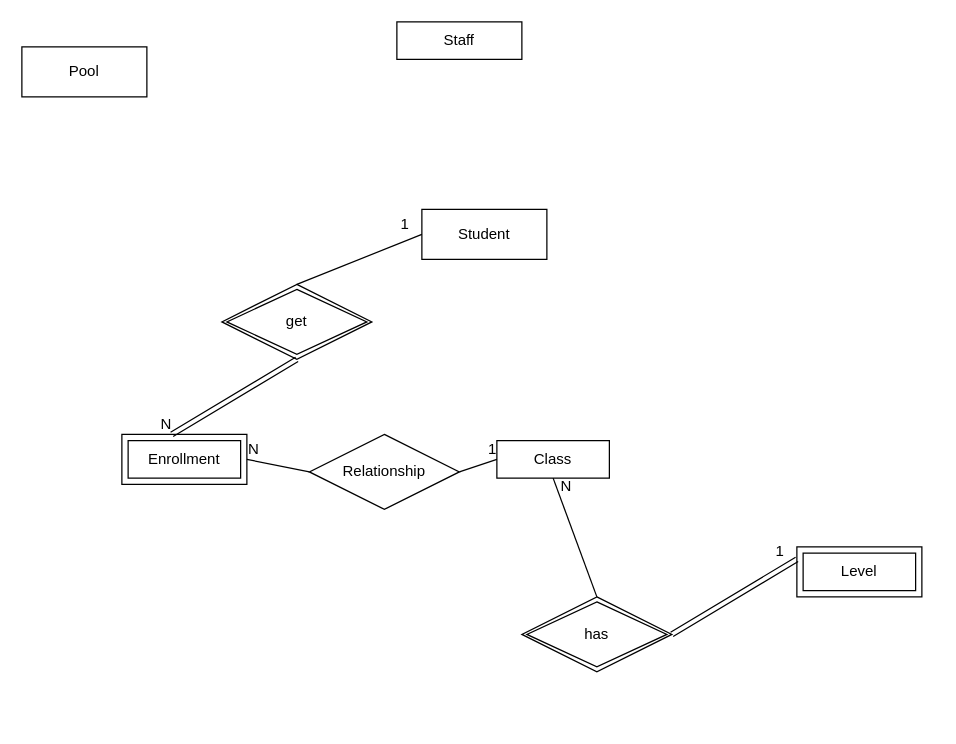
Earlier version of the draw.io diagram 3.5 Q2 ER Diagram.drawio (ImaDeSara/ImaDeSara). Source tidied: cells renumbered, new cells numbered last; positions are measured from the earlier drawing's top-left corner, leaving out a move shared by most shapes. Both pictures are drawn from the tidied source at 125%, with x=0, y=0 at pixel (21, 21).
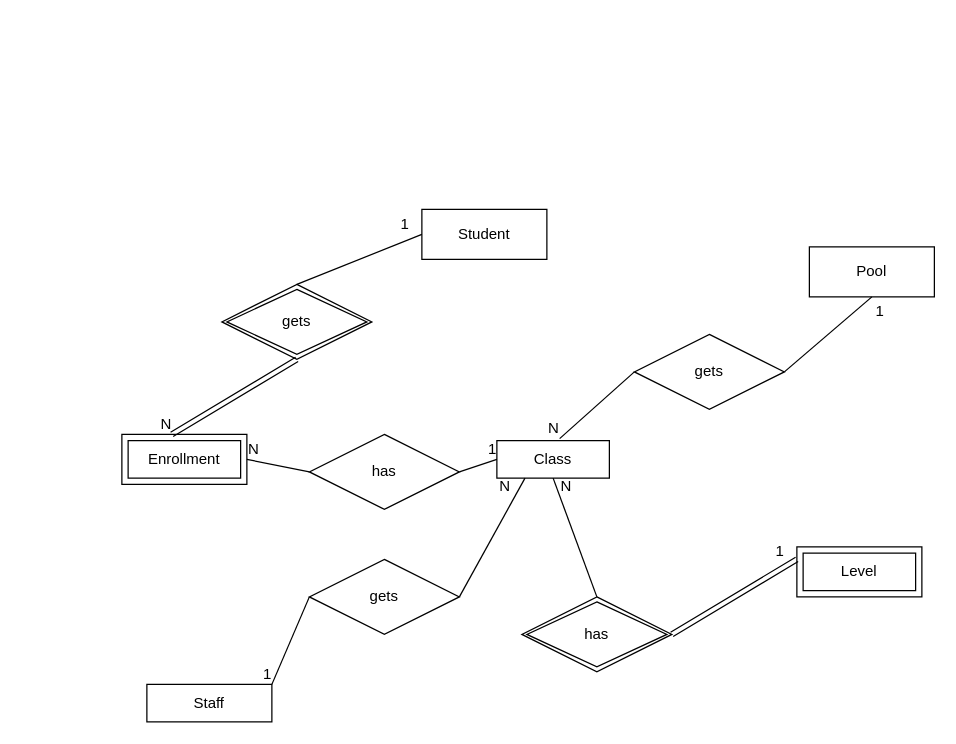
The same diagram, later.

Unchanged cells that the change refers to:
```xml
<mxCell id="2" value="Class" style="rounded=0;whiteSpace=wrap;html=1;" parent="1" vertex="1">
  <mxGeometry x="380" y="335" width="90" height="30" as="geometry" />
</mxCell>
```

Change to the diagram source:
```diff
@@
     <mxCell id="3" value="Pool" style="rounded=0;whiteSpace=wrap;html=1;" parent="1" vertex="1">
-      <mxGeometry y="20" width="100" height="40" as="geometry" />
+      <mxGeometry x="630" y="180" width="100" height="40" as="geometry" />
     </mxCell>
     <mxCell id="4" value="Staff" style="rounded=0;whiteSpace=wrap;html=1;" parent="1" vertex="1">
-      <mxGeometry x="300" width="100" height="30" as="geometry" />
+      <mxGeometry x="100" y="530" width="100" height="30" as="geometry" />
     </mxCell>
@@
-    <mxCell id="9" value="get" style="shape=rhombus;double=1;perimeter=rhombusPerimeter;whiteSpace=wrap;html=1;align=center;" parent="1" vertex="1">
+    <mxCell id="9" value="gets" style="shape=rhombus;double=1;perimeter=rhombusPerimeter;whiteSpace=wrap;html=1;align=center;" parent="1" vertex="1">
       <mxGeometry x="160" y="210" width="120" height="60" as="geometry" />
     </mxCell>
@@
-    <mxCell id="18" value="Relationship" style="shape=rhombus;perimeter=rhombusPerimeter;whiteSpace=wrap;html=1;align=center;" parent="1" vertex="1">
+    <mxCell id="18" value="has" style="shape=rhombus;perimeter=rhombusPerimeter;whiteSpace=wrap;html=1;align=center;" parent="1" vertex="1">
       <mxGeometry x="230" y="330" width="120" height="60" as="geometry" />
     </mxCell>
@@
+    <mxCell id="23" value="gets" style="shape=rhombus;perimeter=rhombusPerimeter;whiteSpace=wrap;html=1;align=center;" parent="1" vertex="1">
+      <mxGeometry x="490" y="250" width="120" height="60" as="geometry" />
+    </mxCell>
+    <mxCell id="24" style="endArrow=none;html=1;rounded=0;entryX=0.5;entryY=1;entryDx=0;entryDy=0;exitX=1;exitY=0.5;exitDx=0;exitDy=0;" parent="1" edge="1" source="23" target="3">
+      <mxGeometry relative="1" as="geometry" />
+    </mxCell>
+    <mxCell id="25" value="1" style="html=1;align=right;verticalAlign=bottom;" parent="24" vertex="1">
+      <mxGeometry x="1" relative="1" as="geometry">
+        <mxPoint x="10" y="20" as="offset" />
+      </mxGeometry>
+    </mxCell>
+    <mxCell id="26" style="endArrow=none;html=1;rounded=0;exitX=0;exitY=0.5;exitDx=0;exitDy=0;entryX=0.558;entryY=-0.053;entryDx=0;entryDy=0;entryPerimeter=0;" parent="1" edge="1" source="23" target="2">
+      <mxGeometry relative="1" as="geometry" />
+    </mxCell>
+    <mxCell id="27" value="N" style="html=1;align=right;verticalAlign=bottom;" parent="26" vertex="1">
+      <mxGeometry x="1" relative="1" as="geometry" />
+    </mxCell>
+    <mxCell id="28" value="gets" style="shape=rhombus;perimeter=rhombusPerimeter;whiteSpace=wrap;html=1;align=center;" parent="1" vertex="1">
+      <mxGeometry x="230" y="430" width="120" height="60" as="geometry" />
+    </mxCell>
+    <mxCell id="29" style="endArrow=none;html=1;rounded=0;exitX=1;exitY=0.5;exitDx=0;exitDy=0;entryX=0.25;entryY=1;entryDx=0;entryDy=0;" parent="1" edge="1" source="28" target="2">
+      <mxGeometry relative="1" as="geometry" />
+    </mxCell>
+    <mxCell id="30" value="N" style="html=1;align=right;verticalAlign=bottom;" parent="29" vertex="1">
+      <mxGeometry x="1" relative="1" as="geometry">
+        <mxPoint x="-12" y="15" as="offset" />
+      </mxGeometry>
+    </mxCell>
+    <mxCell id="31" style="endArrow=none;html=1;rounded=0;exitX=0;exitY=0.5;exitDx=0;exitDy=0;" parent="1" edge="1" source="28">
+      <mxGeometry relative="1" as="geometry">
+        <mxPoint x="200" y="530" as="targetPoint" />
+      </mxGeometry>
+    </mxCell>
+    <mxCell id="32" value="1" style="html=1;align=right;verticalAlign=bottom;" parent="31" vertex="1">
+      <mxGeometry x="1" relative="1" as="geometry" />
+    </mxCell>
```
